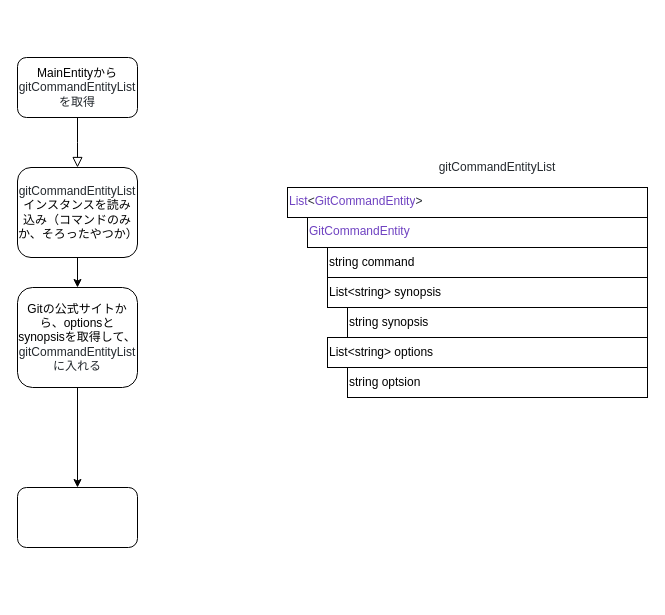
Earlier version of the draw.io diagram Git-Complete/temp/Untitled Diagram.drawio (monkey999por/Git-Complete). Source tidied: cells renumbered, new cells numbered last; positions are measured from the earlier drawing's top-left corner, leaving out a move shared by most shapes. Both pictures are drawn from the tidied source at 100%, with x=0, y=0 at pixel (17, 57).
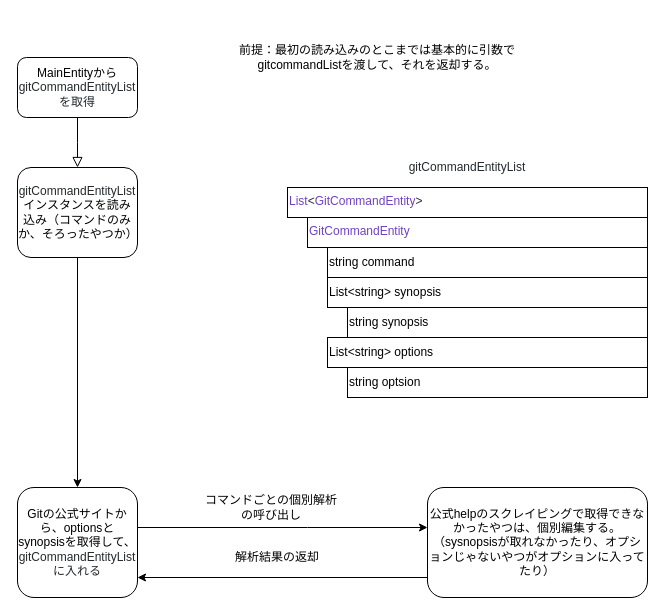
The same page after the edit.

The edit, as a diff of the source:
```diff
@@
     <mxCell id="6" style="edgeStyle=orthogonalEdgeStyle;rounded=0;jettySize=auto;html=1;" parent="1" edge="1" source="7" target="8">
-      <mxGeometry relative="1" as="geometry" />
+      <mxGeometry relative="1" as="geometry">
+        <Array as="points">
+          <mxPoint x="290" y="470" />
+          <mxPoint x="290" y="470" />
+        </Array>
+      </mxGeometry>
     </mxCell>
     <mxCell id="7" value="Gitの公式サイトから、optionsとsynopsisを取得して、&lt;span class=&quot;pl-smi&quot; style=&quot;text-align: left ; color: rgb(36 , 41 , 46) ; text-transform: none ; text-indent: 0px ; letter-spacing: normal ; font-family: &amp;#34;helvetica&amp;#34; ; font-size: 12px ; font-style: normal ; font-variant: normal ; font-weight: 400 ; text-decoration: none ; word-spacing: 0px ; box-sizing: border-box&quot;&gt;gitCommandEntityListに入れる&lt;/span&gt;" style="rounded=1;whiteSpace=wrap;html=1;" parent="1" vertex="1">
-      <mxGeometry y="230" width="120" height="100" as="geometry" />
+      <mxGeometry y="430" width="120" height="110" as="geometry" />
     </mxCell>
+    <mxCell id="17" style="edgeStyle=orthogonalEdgeStyle;rounded=0;jettySize=auto;html=1;" parent="1" edge="1" source="8">
+      <mxGeometry relative="1" as="geometry">
+        <mxPoint x="120" y="520" as="targetPoint" />
+        <Array as="points">
+          <mxPoint x="120" y="520" />
+        </Array>
+      </mxGeometry>
+    </mxCell>
-    <mxCell id="8" style="whiteSpace=wrap;html=1;rounded=1;" parent="1" vertex="1">
-      <mxGeometry y="430" width="120" height="60" as="geometry" />
+    <mxCell id="8" value="公式helpのスクレイピングで取得できなかったやつは、個別編集する。（sysnopsisが取れなかったり、オプションじゃないやつがオプションに入ってたり）" style="whiteSpace=wrap;html=1;rounded=1;" parent="1" vertex="1">
+      <mxGeometry x="410" y="430" width="220" height="110" as="geometry" />
     </mxCell>
@@
     <mxCell id="11" value="&lt;span class=&quot;pl-smi&quot; style=&quot;text-align: left ; color: rgb(36 , 41 , 46) ; text-transform: none ; text-indent: 0px ; letter-spacing: normal ; font-family: &amp;#34;helvetica&amp;#34; ; font-size: 12px ; font-style: normal ; font-variant: normal ; font-weight: 400 ; text-decoration: none ; word-spacing: 0px ; box-sizing: border-box&quot;&gt;gitCommandEntityList&lt;/span&gt;" style="text;html=1;strokeColor=none;fillColor=none;align=center;verticalAlign=middle;whiteSpace=wrap;rounded=0;" parent="1" vertex="1">
-      <mxGeometry x="410" y="100" width="140" height="20" as="geometry" />
+      <mxGeometry x="380" y="100" width="140" height="20" as="geometry" />
     </mxCell>
@@
+    <mxCell id="18" value="コマンドごとの個別解析の呼び出し" style="text;html=1;strokeColor=none;fillColor=none;align=center;verticalAlign=middle;whiteSpace=wrap;rounded=0;" parent="1" vertex="1">
+      <mxGeometry x="184" y="440" width="140" height="20" as="geometry" />
+    </mxCell>
+    <mxCell id="19" value="解析結果の返却" style="text;html=1;strokeColor=none;fillColor=none;align=center;verticalAlign=middle;whiteSpace=wrap;rounded=0;" parent="1" vertex="1">
+      <mxGeometry x="190" y="480" width="140" height="40" as="geometry" />
+    </mxCell>
+    <mxCell id="20" value="前提：最初の読み込みのとこまでは基本的に引数でgitcommandListを渡して、それを返却する。" style="text;html=1;strokeColor=none;fillColor=none;align=center;verticalAlign=middle;whiteSpace=wrap;rounded=0;" parent="1" vertex="1">
+      <mxGeometry x="210" y="-40" width="300" height="80" as="geometry" />
+    </mxCell>
```
